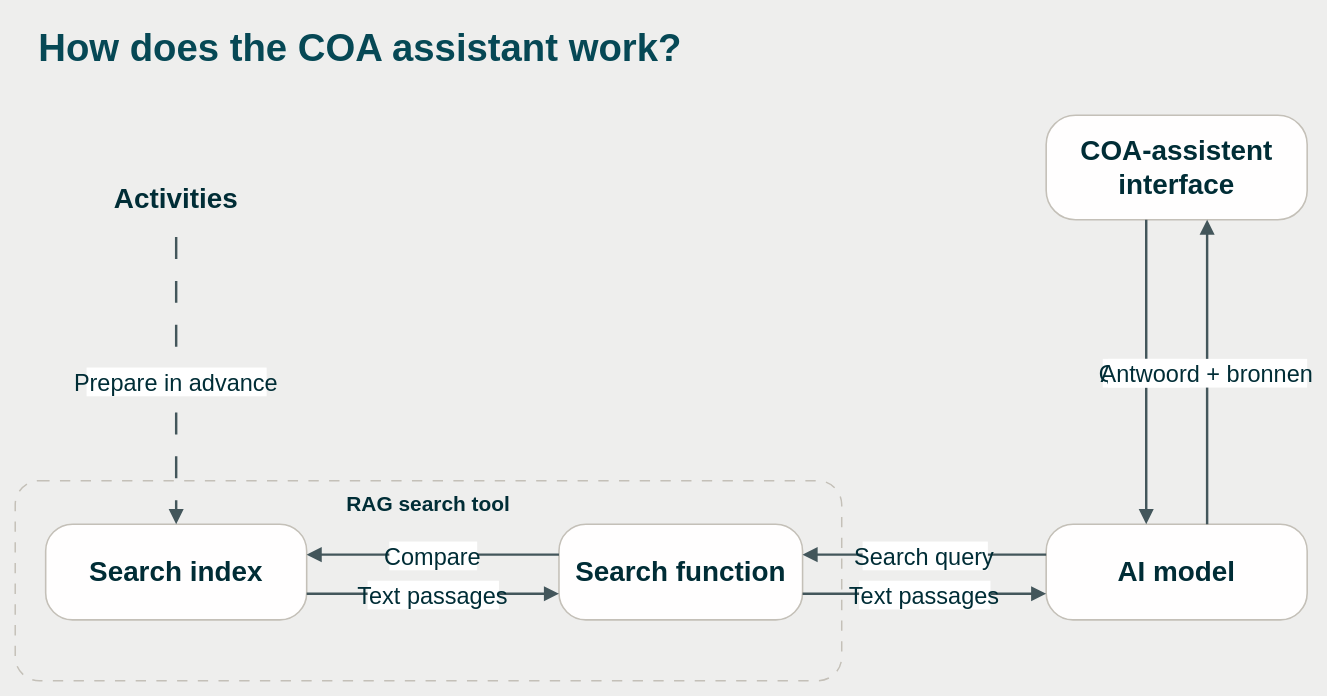
This is page "English" (2 of 2) of docs/diagrams/how-it-works.drawio from Daanvdplas/coa-assistent, a draw.io file, before an edit. Source tidied: cells renumbered, new cells numbered last; positions are measured from the earlier drawing's top-left corner, leaving out a move shared by most shapes. Both pictures are drawn from the tidied source at 87%, with x=0, y=0 at pixel (15, 15).
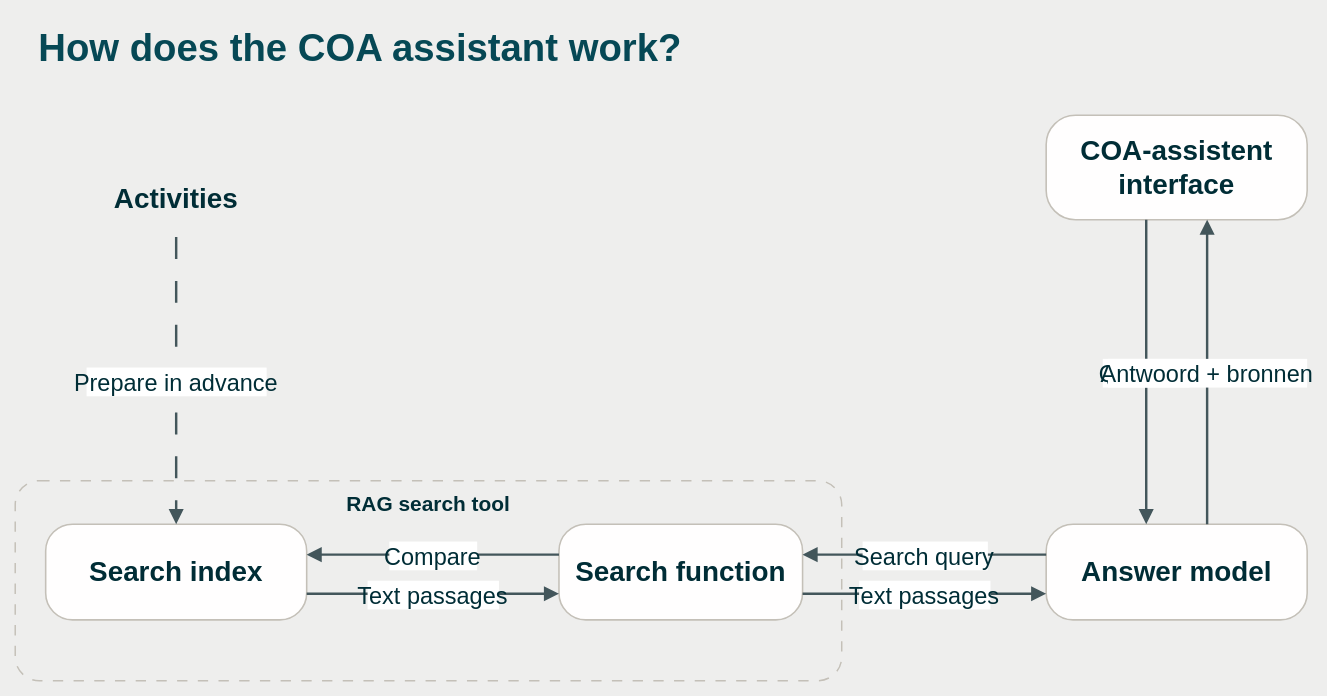
The same diagram, later.

The edit, as a diff of the source:
```diff
@@
 <mxGraphModel background="#eeeeed">
   <root>
     <mxCell id="0" />
     <mxCell id="1" parent="0" />
     <mxCell id="2" value="RAG search tool" style="rounded=1;arcSize=12;whiteSpace=wrap;html=0;fillColor=none;strokeColor=#c4c0b8;strokeWidth=1.7;dashed=1;dashPattern=7 7;fontFamily=Avenir Next;fontSize=24;fontStyle=1;fontColor=#002d36;align=center;verticalAlign=top;spacingTop=6;" parent="1" vertex="1">
       <mxGeometry y="535" width="950" height="230" as="geometry" />
     </mxCell>
     <mxCell id="3" value="How does the COA assistant work?" style="tex=text;html=0;strokeColor=none;fillColor=none;fontFamily=Calibri;fontSize=44;fontStyle=1;fontColor=#064855;align=left;" parent="1" vertex="1">
       <mxGeometry x="25" width="1000" height="65" as="geometry" />
     </mxCell>
     <mxCell id="4" value="Activities" style="tex=text;strokeColor=none;fillColor=none;fontFamily=Avenir Next;fontSize=32;fontStyle=1;fontColor=#002d36;align=center;verticalAlign=middle;" parent="1" vertex="1">
       <mxGeometry x="35" y="160" width="300" height="95" as="geometry" />
     </mxCell>
     <mxCell id="5" value="Search index" style="rounded=1;arcSize=28;whiteSpace=wrap;html=0;fillColor=#fffefe;strokeColor=#c4c0b8;strokeWidth=1.8;fontFamily=Avenir Next;fontSize=32;fontStyle=1;fontColor=#002d36;align=center;verticalAlign=middle;" parent="1" vertex="1">
       <mxGeometry x="35" y="585" width="300" height="110" as="geometry" />
     </mxCell>
     <mxCell id="6" value="Search function" style="rounded=1;arcSize=28;whiteSpace=wrap;html=0;fillColor=#fffefe;strokeColor=#c4c0b8;strokeWidth=1.8;fontFamily=Avenir Next;fontSize=32;fontStyle=1;fontColor=#002d36;align=center;verticalAlign=middle;" parent="1" vertex="1">
       <mxGeometry x="625" y="585" width="280" height="110" as="geometry" />
     </mxCell>
-    <mxCell id="7" value="AI model" style="rounded=1;arcSize=28;whiteSpace=wrap;html=0;fillColor=#fffefe;strokeColor=#c4c0b8;strokeWidth=1.8;fontFamily=Avenir Next;fontSize=32;fontStyle=1;fontColor=#002d36;align=center;verticalAlign=middle;" parent="1" vertex="1">
+    <mxCell id="7" value="Answer model" style="rounded=1;arcSize=28;whiteSpace=wrap;html=0;fillColor=#fffefe;strokeColor=#c4c0b8;strokeWidth=1.8;fontFamily=Avenir Next;fontSize=32;fontStyle=1;fontColor=#002d36;align=center;verticalAlign=middle;" parent="1" vertex="1">
       <mxGeometry x="1185" y="585" width="300" height="110" as="geometry" />
     </mxCell>
     <mxCell id="8" value="COA-assistent interface" style="rounded=1;arcSize=28;whiteSpace=wrap;html=0;fillColor=#fffefe;strokeColor=#c4c0b8;strokeWidth=1.8;fontFamily=Avenir Next;fontSize=32;fontStyle=1;fontColor=#002d36;align=center;verticalAlign=middle;" parent="1" vertex="1">
       <mxGeometry x="1185" y="115" width="300" height="120" as="geometry" />
     </mxCell>
     <mxCell id="9" value="Prepare in advance" style="edgeStyle=none;rounded=0;html=0;strokeColor=#43565b;strokeWidth=2.8;endArrow=block;endFill=1;endSize=10;dashed=1;dashPattern=9 9;fontFamily=Avenir Next;fontSize=27;fontColor=#002d36;exitX=0.5;exitY=1;entryX=0.5;entryY=0;exitDx=0;exitDy=0;entryDx=0;entryDy=0;sourcePerimeterSpacing=25;targetPerimeterSpacing=25;" parent="1" edge="1" source="4" target="5">
       <mxGeometry relative="1" as="geometry" />
     </mxCell>
     <mxCell id="10" value="Question" style="edgeStyle=none;rounded=0;html=0;strokeColor=#43565b;strokeWidth=2.8;endArrow=block;endFill=1;endSize=10;fontFamily=Avenir Next;fontSize=27;fontColor=#002d36;exitX=0.383333;exitY=1;entryX=0.383333;entryY=0;exitDx=0;exitDy=0;entryDx=0;entryDy=0;sourcePerimeterSpacing=25;targetPerimeterSpacing=25;" parent="1" edge="1" source="8" target="7">
       <mxGeometry relative="1" as="geometry" />
     </mxCell>
     <mxCell id="11" value="Antwoord + bronnen" style="edgeStyle=none;rounded=0;html=0;strokeColor=#43565b;strokeWidth=2.8;endArrow=block;endFill=1;endSize=10;fontFamily=Avenir Next;fontSize=27;fontColor=#002d36;exitX=0.616667;exitY=0;entryX=0.616667;entryY=1;exitDx=0;exitDy=0;entryDx=0;entryDy=0;sourcePerimeterSpacing=25;targetPerimeterSpacing=25;" parent="1" edge="1" source="7" target="8">
       <mxGeometry relative="1" as="geometry" />
     </mxCell>
     <mxCell id="12" value="Search query" style="edgeStyle=none;rounded=0;html=0;strokeColor=#43565b;strokeWidth=2.8;endArrow=block;endFill=1;endSize=10;fontFamily=Avenir Next;fontSize=27;fontColor=#002d36;exitX=0;exitY=0.318182;entryX=1;entryY=0.318182;exitDx=0;exitDy=0;entryDx=0;entryDy=0;sourcePerimeterSpacing=25;targetPerimeterSpacing=25;" parent="1" edge="1" source="7" target="6">
       <mxGeometry relative="1" as="geometry" />
     </mxCell>
     <mxCell id="13" value="Text passages" style="edgeStyle=none;rounded=0;html=0;strokeColor=#43565b;strokeWidth=2.8;endArrow=block;endFill=1;endSize=10;fontFamily=Avenir Next;fontSize=27;fontColor=#002d36;exitX=1;exitY=0.727273;entryX=0;entryY=0.727273;exitDx=0;exitDy=0;entryDx=0;entryDy=0;sourcePerimeterSpacing=25;targetPerimeterSpacing=25;" parent="1" edge="1" source="6" target="7">
       <mxGeometry relative="1" as="geometry" />
     </mxCell>
     <mxCell id="14" value="Compare" style="edgeStyle=none;rounded=0;html=0;strokeColor=#43565b;strokeWidth=2.8;endArrow=block;endFill=1;endSize=10;fontFamily=Avenir Next;fontSize=27;fontColor=#002d36;exitX=0;exitY=0.318182;entryX=1;entryY=0.318182;exitDx=0;exitDy=0;entryDx=0;entryDy=0;sourcePerimeterSpacing=25;targetPerimeterSpacing=25;" parent="1" edge="1" source="6" target="5">
       <mxGeometry relative="1" as="geometry" />
     </mxCell>
     <mxCell id="15" value="Text passages" style="edgeStyle=none;rounded=0;html=0;strokeColor=#43565b;strokeWidth=2.8;endArrow=block;endFill=1;endSize=10;fontFamily=Avenir Next;fontSize=27;fontColor=#002d36;exitX=1;exitY=0.727273;entryX=0;entryY=0.727273;exitDx=0;exitDy=0;entryDx=0;entryDy=0;sourcePerimeterSpacing=25;targetPerimeterSpacing=25;" parent="1" edge="1" source="5" target="6">
       <mxGeometry relative="1" as="geometry" />
     </mxCell>
   </root>
 </mxGraphModel>
```
